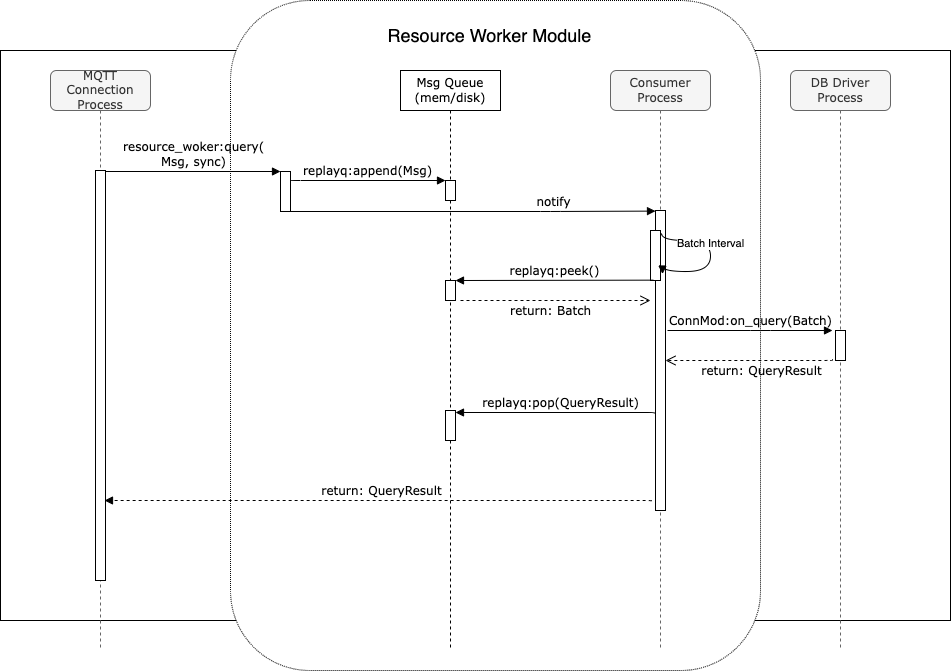
Earlier version of the draw.io export active/0021-assets/resource_worker_sequences_solution2.drawio.png (emqx/eip). Source tidied: cells renumbered, new cells last; positions are measured from the earlier drawing's top-left corner, leaving out a move shared by most shapes. Its diagram source:
```xml
<mxGraphModel>
  <root>
    <mxCell id="0" />
    <mxCell id="1" parent="0" />
    <mxCell id="2" style="rounded=0;whiteSpace=wrap;html=1;" parent="1" vertex="1">
      <mxGeometry y="50" width="950" height="570" as="geometry" />
    </mxCell>
    <mxCell id="3" style="rounded=1;whiteSpace=wrap;html=1;labelBorderColor=none;dashed=1;dashPattern=1 1;" parent="1" vertex="1">
      <mxGeometry x="230" width="530" height="670" as="geometry" />
    </mxCell>
    <mxCell id="4" value="Msg Queue&lt;br&gt;(mem/disk)" style="shape=umlLifeline;perimeter=lifelinePerimeter;whiteSpace=wrap;html=1;rounded=0;shadow=0;comic=0;labelBackgroundColor=none;strokeWidth=1;fontFamily=Verdana;fontSize=12;align=center;glass=0;sketch=0;gradientColor=none;" parent="1" vertex="1">
      <mxGeometry x="400" y="70" width="100" height="580" as="geometry" />
    </mxCell>
    <mxCell id="5" style="html=1;points=[];perimeter=orthogonalPerimeter;rounded=0;shadow=0;comic=0;labelBackgroundColor=none;strokeWidth=1;fontFamily=Verdana;fontSize=12;align=center;" parent="4" vertex="1">
      <mxGeometry x="45" y="210" width="10" height="20" as="geometry" />
    </mxCell>
    <mxCell id="6" style="html=1;points=[];perimeter=orthogonalPerimeter;rounded=0;shadow=0;comic=0;labelBackgroundColor=none;strokeWidth=1;fontFamily=Verdana;fontSize=12;align=center;" parent="4" vertex="1">
      <mxGeometry x="45" y="340" width="10" height="30" as="geometry" />
    </mxCell>
    <mxCell id="7" style="html=1;perimeter=orthogonalPerimeter;rounded=0;shadow=0;comic=0;labelBackgroundColor=none;strokeWidth=1;fontFamily=Verdana;fontSize=12;align=center;" parent="4" vertex="1">
      <mxGeometry x="45" y="110" width="10" height="20" as="geometry" />
    </mxCell>
    <mxCell id="8" value="DB Driver Process" style="shape=umlLifeline;perimeter=lifelinePerimeter;whiteSpace=wrap;html=1;rounded=1;shadow=0;comic=0;labelBackgroundColor=none;strokeWidth=1;fontFamily=Verdana;fontSize=12;align=center;fillColor=#f5f5f5;fontColor=#333333;strokeColor=#666666;" parent="1" vertex="1">
      <mxGeometry x="790" y="70" width="100" height="580" as="geometry" />
    </mxCell>
    <mxCell id="9" style="html=1;points=[];perimeter=orthogonalPerimeter;rounded=0;shadow=0;comic=0;labelBackgroundColor=none;strokeWidth=1;fontFamily=Verdana;fontSize=12;align=center;" parent="8" vertex="1">
      <mxGeometry x="45" y="260" width="10" height="30" as="geometry" />
    </mxCell>
    <mxCell id="10" value="MQTT Connection&lt;br&gt;Process" style="shape=umlLifeline;perimeter=lifelinePerimeter;whiteSpace=wrap;html=1;rounded=1;shadow=0;comic=0;labelBackgroundColor=none;strokeWidth=1;fontFamily=Verdana;fontSize=12;align=center;fillColor=#f5f5f5;fontColor=#333333;strokeColor=#666666;" parent="1" vertex="1">
      <mxGeometry x="50" y="70" width="100" height="580" as="geometry" />
    </mxCell>
    <mxCell id="11" style="html=1;points=[];perimeter=orthogonalPerimeter;rounded=0;shadow=0;comic=0;labelBackgroundColor=none;strokeWidth=1;fontFamily=Verdana;fontSize=12;align=center;" parent="10" vertex="1">
      <mxGeometry x="45" y="100" width="10" height="410" as="geometry" />
    </mxCell>
    <mxCell id="12" value="resource_woker:query(&lt;br&gt;Msg, sync)" style="html=1;verticalAlign=bottom;endArrow=block;entryX=0;entryY=0;labelBackgroundColor=none;fontFamily=Verdana;fontSize=12;edgeStyle=elbowEdgeStyle;elbow=vertical;entryDx=0;entryDy=0;" parent="1" edge="1" source="11" target="26">
      <mxGeometry relative="1" as="geometry" />
    </mxCell>
    <mxCell id="13" value="replayq:append(Msg)" style="html=1;verticalAlign=bottom;endArrow=block;labelBackgroundColor=none;fontFamily=Verdana;fontSize=12;edgeStyle=elbowEdgeStyle;elbow=vertical;exitX=1;exitY=0.25;exitDx=0;exitDy=0;" parent="1" edge="1" source="26">
      <mxGeometry relative="1" as="geometry">
        <mxPoint x="445" y="180" as="targetPoint" />
        <Array as="points">
          <mxPoint x="370" y="180" />
        </Array>
      </mxGeometry>
    </mxCell>
    <mxCell id="14" value="return: Batch" style="html=1;verticalAlign=bottom;endArrow=open;dashed=1;endSize=8;labelBackgroundColor=none;fontFamily=Verdana;fontSize=12;" parent="1" edge="1">
      <mxGeometry x="-0.05" y="-20" relative="1" as="geometry">
        <mxPoint x="460" y="300" as="sourcePoint" />
        <mxPoint x="650" y="300" as="targetPoint" />
      </mxGeometry>
    </mxCell>
    <mxCell id="15" value="return: QueryResult" style="html=1;verticalAlign=bottom;endArrow=open;dashed=1;endSize=8;labelBackgroundColor=none;fontFamily=Verdana;fontSize=12;edgeStyle=elbowEdgeStyle;elbow=vertical;exitX=-0.3;exitY=0.95;exitDx=0;exitDy=0;exitPerimeter=0;" parent="1" edge="1" source="9" target="18">
      <mxGeometry x="-0.13" y="20" relative="1" as="geometry">
        <Array as="points">
          <mxPoint x="740" y="360" />
          <mxPoint x="770" y="370" />
          <mxPoint x="460" y="360" />
          <mxPoint x="430" y="350" />
          <mxPoint x="340" y="387" />
          <mxPoint x="450" y="400" />
        </Array>
      </mxGeometry>
    </mxCell>
    <mxCell id="16" value="&amp;nbsp;replayq:pop(QueryResult)" style="html=1;verticalAlign=bottom;endArrow=block;labelBackgroundColor=none;fontFamily=Verdana;fontSize=12;edgeStyle=elbowEdgeStyle;elbow=vertical;exitX=0.1;exitY=0.685;exitDx=0;exitDy=0;exitPerimeter=0;" parent="1" edge="1" source="18" target="6">
      <mxGeometry relative="1" as="geometry">
        <Array as="points">
          <mxPoint x="540" y="412" />
          <mxPoint x="560" y="420" />
          <mxPoint x="365" y="425" />
        </Array>
      </mxGeometry>
    </mxCell>
    <mxCell id="17" value="Consumer&lt;br&gt;Process" style="shape=umlLifeline;perimeter=lifelinePerimeter;whiteSpace=wrap;html=1;rounded=1;shadow=0;comic=0;labelBackgroundColor=none;strokeWidth=1;fontFamily=Verdana;fontSize=12;align=center;fillColor=#f5f5f5;fontColor=#333333;strokeColor=#666666;" parent="1" vertex="1">
      <mxGeometry x="610" y="70" width="100" height="580" as="geometry" />
    </mxCell>
    <mxCell id="18" style="html=1;points=[];perimeter=orthogonalPerimeter;rounded=0;shadow=0;comic=0;labelBackgroundColor=none;strokeWidth=1;fontFamily=Verdana;fontSize=12;align=center;" parent="17" vertex="1">
      <mxGeometry x="45" y="140" width="10" height="300" as="geometry" />
    </mxCell>
    <mxCell id="19" style="html=1;points=[];perimeter=orthogonalPerimeter;rounded=0;shadow=0;comic=0;labelBackgroundColor=none;strokeWidth=1;fontFamily=Verdana;fontSize=12;align=center;" parent="17" vertex="1">
      <mxGeometry x="40" y="160" width="10" height="50" as="geometry" />
    </mxCell>
    <mxCell id="20" style="html=1;verticalAlign=bottom;endArrow=block;labelBackgroundColor=none;fontFamily=Verdana;fontSize=12;elbow=vertical;edgeStyle=orthogonalEdgeStyle;curved=1;entryX=1.2;entryY=0.871;entryPerimeter=0;exitX=1.1;exitY=0.057;exitPerimeter=0;exitDx=0;exitDy=0;entryDx=0;entryDy=0;" parent="17" edge="1" source="19" target="19">
      <mxGeometry x="0.13" y="20" relative="1" as="geometry">
        <Array as="points">
          <mxPoint x="51" y="170" />
          <mxPoint x="100" y="170" />
          <mxPoint x="100" y="201" />
          <mxPoint x="52" y="201" />
        </Array>
      </mxGeometry>
    </mxCell>
    <mxCell id="21" value="Batch Interval" style="edgeLabel;html=1;align=center;verticalAlign=middle;" parent="20" vertex="1">
      <mxGeometry x="-0.14" y="-1" relative="1" as="geometry" />
    </mxCell>
    <mxCell id="22" value="ConnMod:on_query(Batch)" style="html=1;verticalAlign=bottom;endArrow=block;labelBackgroundColor=none;fontFamily=Verdana;fontSize=12;edgeStyle=elbowEdgeStyle;elbow=vertical;entryX=-0.3;entryY=0;entryDx=0;entryDy=0;entryPerimeter=0;" parent="1" edge="1" target="9">
      <mxGeometry x="0.01" relative="1" as="geometry">
        <mxPoint x="667" y="330" as="sourcePoint" />
        <Array as="points">
          <mxPoint x="760" y="330" />
        </Array>
      </mxGeometry>
    </mxCell>
    <mxCell id="23" value="notify" style="html=1;verticalAlign=bottom;endArrow=block;labelBackgroundColor=none;fontFamily=Verdana;fontSize=12;edgeStyle=elbowEdgeStyle;elbow=horizontal;entryX=0;entryY=0.002;entryDx=0;entryDy=0;entryPerimeter=0;exitX=1;exitY=1;exitDx=0;exitDy=0;" parent="1" edge="1" source="26" target="18">
      <mxGeometry x="0.44" relative="1" as="geometry">
        <Array as="points">
          <mxPoint x="550" y="220" />
          <mxPoint x="390" y="230" />
          <mxPoint x="520" y="230" />
        </Array>
      </mxGeometry>
    </mxCell>
    <mxCell id="24" value="replayq:peek()" style="html=1;verticalAlign=bottom;endArrow=block;labelBackgroundColor=none;fontFamily=Verdana;fontSize=12;edgeStyle=elbowEdgeStyle;elbow=vertical;exitX=0.3;exitY=0.993;exitDx=0;exitDy=0;exitPerimeter=0;" parent="1" edge="1" source="19" target="5">
      <mxGeometry relative="1" as="geometry">
        <Array as="points">
          <mxPoint x="520" y="280" />
        </Array>
      </mxGeometry>
    </mxCell>
    <mxCell id="25" value="return: QueryResult" style="html=1;verticalAlign=bottom;endArrow=block;labelBackgroundColor=none;fontFamily=Verdana;fontSize=12;edgeStyle=elbowEdgeStyle;elbow=vertical;exitX=0;exitY=0.978;exitDx=0;exitDy=0;exitPerimeter=0;entryX=0.9;entryY=0.806;entryDx=0;entryDy=0;entryPerimeter=0;dashed=1;" parent="1" edge="1" source="18" target="11">
      <mxGeometry relative="1" as="geometry">
        <Array as="points">
          <mxPoint x="640" y="500" />
        </Array>
      </mxGeometry>
    </mxCell>
    <mxCell id="26" style="rounded=0;whiteSpace=wrap;html=1;" parent="1" vertex="1">
      <mxGeometry x="280" y="171" width="10" height="40" as="geometry" />
    </mxCell>
    <mxCell id="27" value="Resource Worker Module" style="text;html=1;strokeColor=none;fillColor=none;align=center;verticalAlign=middle;whiteSpace=wrap;rounded=0;fontSize=18;" parent="1" vertex="1">
      <mxGeometry x="377" y="20" width="225" height="30" as="geometry" />
    </mxCell>
  </root>
</mxGraphModel>
```
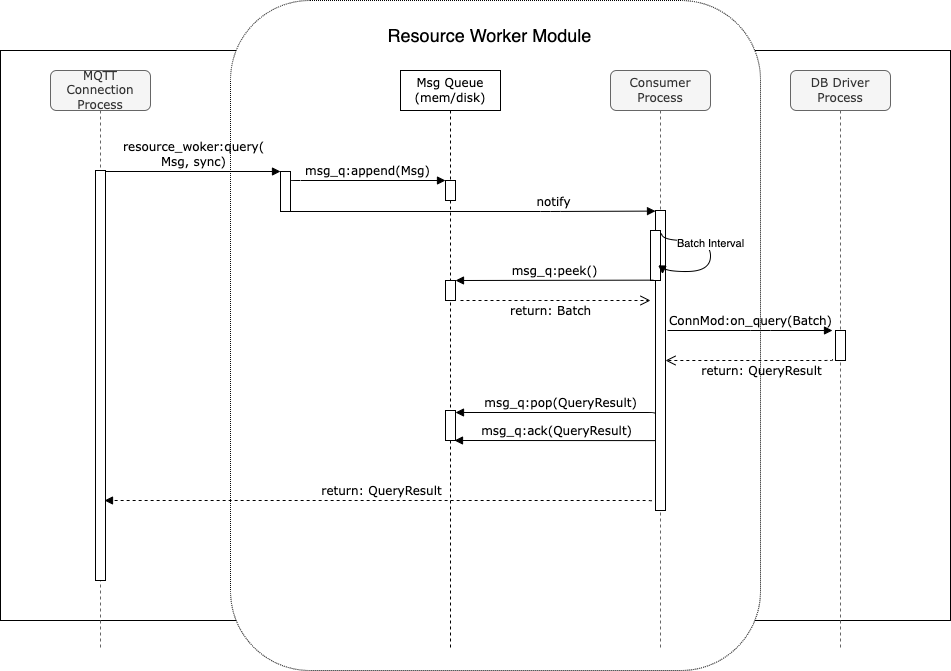
The same diagram one commit later.

Commit message:
fix(0021): change replayq to msg_q in the diagrams

What changed in the source:
```diff
@@ -35,7 +35,7 @@
     <mxCell id="12" value="resource_woker:query(&lt;br&gt;Msg, sync)" style="html=1;verticalAlign=bottom;endArrow=block;entryX=0;entryY=0;labelBackgroundColor=none;fontFamily=Verdana;fontSize=12;edgeStyle=elbowEdgeStyle;elbow=vertical;entryDx=0;entryDy=0;" parent="1" edge="1" source="11" target="26">
       <mxGeometry relative="1" as="geometry" />
     </mxCell>
-    <mxCell id="13" value="replayq:append(Msg)" style="html=1;verticalAlign=bottom;endArrow=block;labelBackgroundColor=none;fontFamily=Verdana;fontSize=12;edgeStyle=elbowEdgeStyle;elbow=vertical;exitX=1;exitY=0.25;exitDx=0;exitDy=0;" parent="1" edge="1" source="26">
+    <mxCell id="13" value="msg_q:append(Msg)" style="html=1;verticalAlign=bottom;endArrow=block;labelBackgroundColor=none;fontFamily=Verdana;fontSize=12;edgeStyle=elbowEdgeStyle;elbow=vertical;exitX=1;exitY=0.25;exitDx=0;exitDy=0;" parent="1" edge="1" source="26">
       <mxGeometry relative="1" as="geometry">
         <mxPoint x="445" y="180" as="targetPoint" />
         <Array as="points">
@@ -61,7 +61,7 @@
         </Array>
       </mxGeometry>
     </mxCell>
-    <mxCell id="16" value="&amp;nbsp;replayq:pop(QueryResult)" style="html=1;verticalAlign=bottom;endArrow=block;labelBackgroundColor=none;fontFamily=Verdana;fontSize=12;edgeStyle=elbowEdgeStyle;elbow=vertical;exitX=0.1;exitY=0.685;exitDx=0;exitDy=0;exitPerimeter=0;" parent="1" edge="1" source="18" target="6">
+    <mxCell id="16" value="&amp;nbsp;msg_q:pop(QueryResult)" style="html=1;verticalAlign=bottom;endArrow=block;labelBackgroundColor=none;fontFamily=Verdana;fontSize=12;edgeStyle=elbowEdgeStyle;elbow=vertical;exitX=0.1;exitY=0.685;exitDx=0;exitDy=0;exitPerimeter=0;" parent="1" edge="1" source="18" target="6">
       <mxGeometry relative="1" as="geometry">
         <Array as="points">
           <mxPoint x="540" y="412" />
@@ -109,7 +109,7 @@
         </Array>
       </mxGeometry>
     </mxCell>
-    <mxCell id="24" value="replayq:peek()" style="html=1;verticalAlign=bottom;endArrow=block;labelBackgroundColor=none;fontFamily=Verdana;fontSize=12;edgeStyle=elbowEdgeStyle;elbow=vertical;exitX=0.3;exitY=0.993;exitDx=0;exitDy=0;exitPerimeter=0;" parent="1" edge="1" source="19" target="5">
+    <mxCell id="24" value="msg_q:peek()" style="html=1;verticalAlign=bottom;endArrow=block;labelBackgroundColor=none;fontFamily=Verdana;fontSize=12;edgeStyle=elbowEdgeStyle;elbow=vertical;exitX=0.3;exitY=0.993;exitDx=0;exitDy=0;exitPerimeter=0;" parent="1" edge="1" source="19" target="5">
       <mxGeometry relative="1" as="geometry">
         <Array as="points">
           <mxPoint x="520" y="280" />
@@ -129,5 +129,14 @@
     <mxCell id="27" value="Resource Worker Module" style="text;html=1;strokeColor=none;fillColor=none;align=center;verticalAlign=middle;whiteSpace=wrap;rounded=0;fontSize=18;" parent="1" vertex="1">
       <mxGeometry x="377" y="20" width="225" height="30" as="geometry" />
     </mxCell>
+    <mxCell id="28" value="&amp;nbsp;msg_q:ack(QueryResult)" style="html=1;verticalAlign=bottom;endArrow=block;labelBackgroundColor=none;fontFamily=Verdana;fontSize=12;edgeStyle=elbowEdgeStyle;elbow=vertical;exitX=0;exitY=0.767;exitDx=0;exitDy=0;exitPerimeter=0;entryX=0.9;entryY=1;entryDx=0;entryDy=0;entryPerimeter=0;" parent="1" edge="1" source="18" target="6">
+      <mxGeometry relative="1" as="geometry">
+        <Array as="points">
+          <mxPoint x="536" y="440" />
+          <mxPoint x="556" y="448" />
+          <mxPoint x="361" y="453" />
+        </Array>
+      </mxGeometry>
+    </mxCell>
   </root>
 </mxGraphModel>
```
